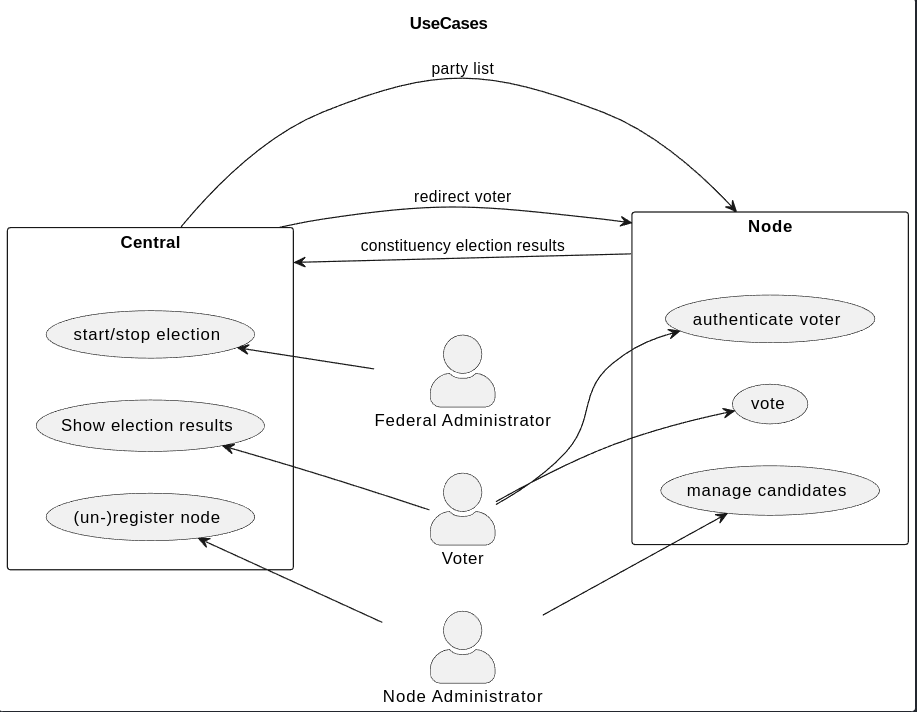
The PlantUML diagram Documentation/requirements.png in muhamedbaqir/Digital-Voting-System, before a commit. Its source is kept beside it as Documentation/requirements.wsd.
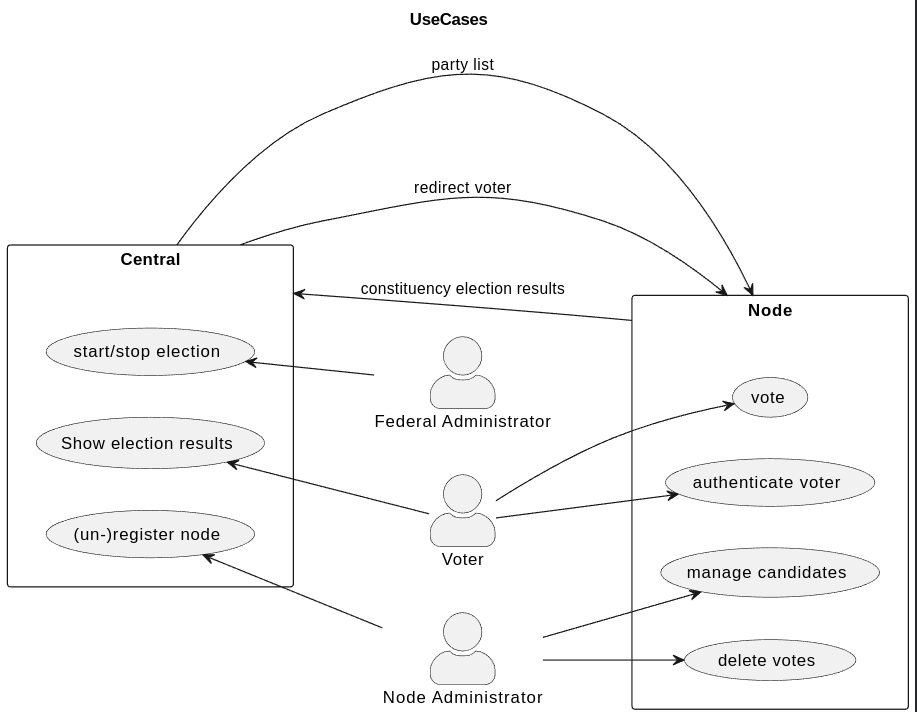
Above is the later version.

Commit message:
added delete_votes to node

What changed in the source:
```diff
@@ -18,7 +18,7 @@
     usecase vote
     usecase manage_constituency_candidates as "manage candidates"
     usecase authenticate_voter as "authenticate voter"
-
+    usecase delete_votes as "delete votes"
 }
 
 Voter --> authenticate_voter
@@ -26,6 +26,7 @@
 :Voter: --> vote
 
 :node_admin: --> manage_constituency_candidates
+:node_admin: --> delete_votes
 register_node <-- node_admin
 
 start_stop <-- central_admin
```
